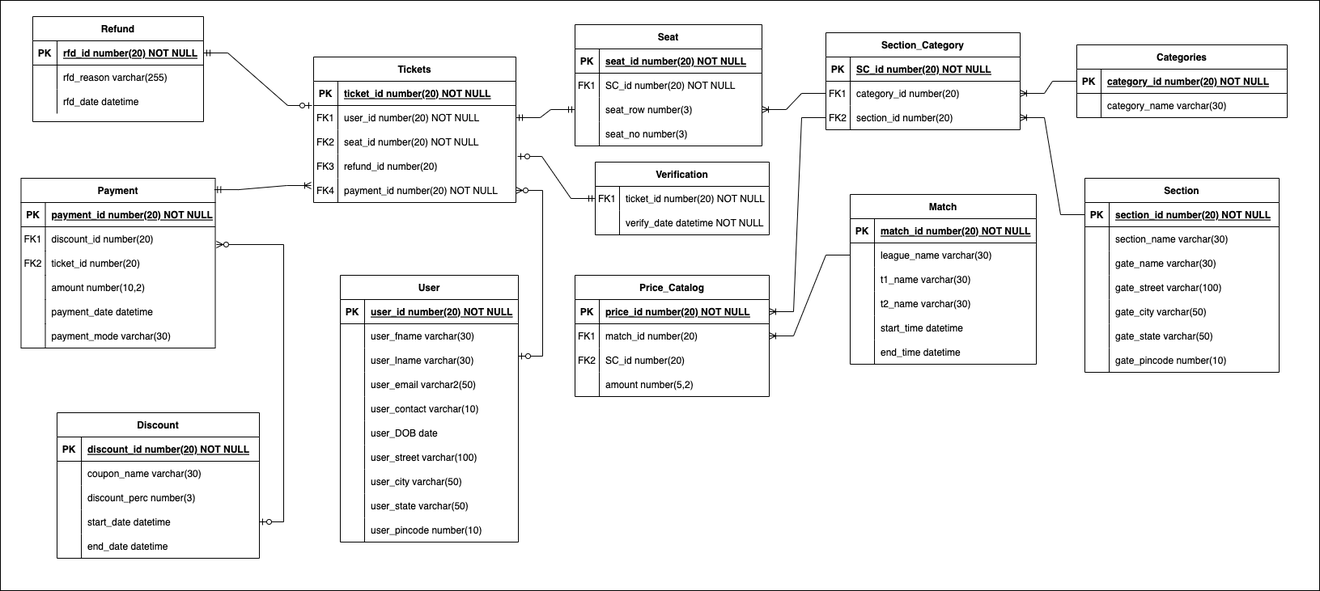
Before: #Documents/ERD-V2.png, a diagram exported from draw.io (anishnavale/stadium-management-system). Source tidied: cells renumbered, new cells last; positions are measured from the earlier drawing's top-left corner, leaving out a move shared by most shapes.
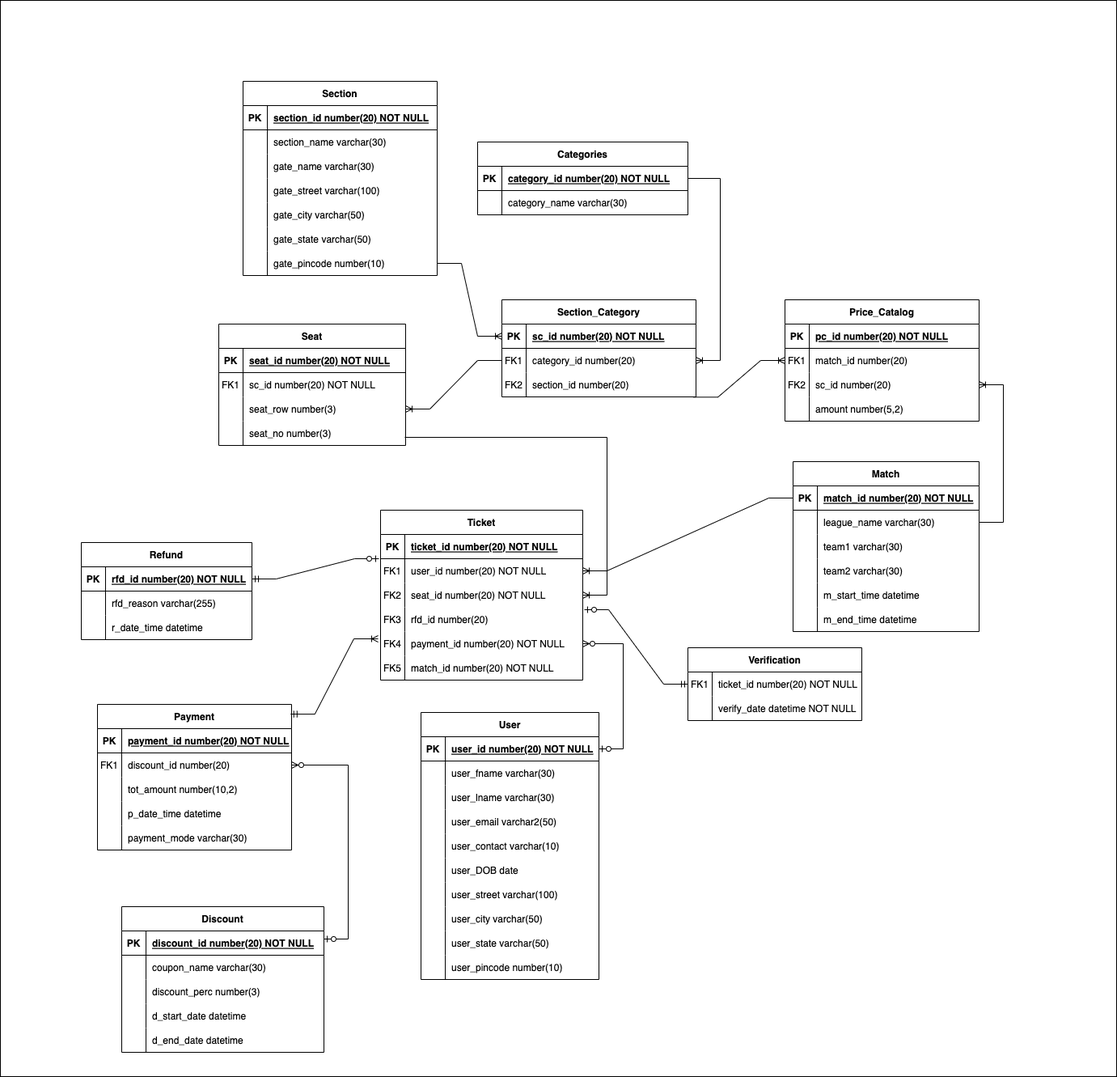
Later version of the same file.

Change to the diagram source:
```diff
@@ -4,7 +4,7 @@
     <mxCell id="1" parent="0" />
-    <mxCell id="2" style="rounded=0;whiteSpace=wrap;html=1;" parent="1" vertex="1">
-      <mxGeometry width="1630" height="730" as="geometry" />
-    </mxCell>
+    <mxCell id="197" style="rounded=0;whiteSpace=wrap;html=1;" parent="1" vertex="1">
+      <mxGeometry x="520" y="-400" width="1380" height="1330" as="geometry" />
+    </mxCell>
-    <mxCell id="3" value="Tickets" style="shape=table;startSize=30;rowLines=0;fontStyle=1;align=center;" parent="1" vertex="1">
-      <mxGeometry x="387" y="70" width="250" height="180" as="geometry" />
+    <mxCell id="3" value="Ticket" style="shape=table;startSize=30;rowLines=0;fontStyle=1;align=center;" parent="1" vertex="1">
+      <mxGeometry x="990" y="230" width="250" height="210" as="geometry" />
     </mxCell>
@@ -43,3 +43,3 @@
     </mxCell>
-    <mxCell id="15" value="refund_id number(20)" style="shape=partialRectangle;overflow=hidden;fillColor=none;top=0;left=0;bottom=0;right=0;align=left;spacingLeft=6;" parent="13" vertex="1">
+    <mxCell id="15" value="rfd_id number(20)" style="shape=partialRectangle;overflow=hidden;fillColor=none;top=0;left=0;bottom=0;right=0;align=left;spacingLeft=6;" parent="13" vertex="1">
       <mxGeometry x="30" width="220" height="30" as="geometry" />
@@ -55,4 +55,13 @@
     </mxCell>
+    <mxCell id="198" style="shape=partialRectangle;fillColor=none;top=0;left=0;right=0;bottom=0;" parent="3" vertex="1">
+      <mxGeometry y="180" width="250" height="30" as="geometry" />
+    </mxCell>
+    <mxCell id="199" value="FK5" style="shape=partialRectangle;overflow=hidden;fillColor=none;top=0;left=0;bottom=0;right=0;" parent="198" vertex="1">
+      <mxGeometry width="30" height="30" as="geometry" />
+    </mxCell>
+    <mxCell id="200" value="match_id number(20) NOT NULL" style="shape=partialRectangle;overflow=hidden;fillColor=none;top=0;left=0;bottom=0;right=0;align=left;spacingLeft=6;" parent="198" vertex="1">
+      <mxGeometry x="30" width="220" height="30" as="geometry" />
+    </mxCell>
     <mxCell id="19" value="Verification" style="shape=table;startSize=30;rowLines=0;fontStyle=1;align=center;" parent="1" vertex="1">
-      <mxGeometry x="735" y="200" width="215" height="90" as="geometry" />
+      <mxGeometry x="1370" y="400" width="215" height="90" as="geometry" />
     </mxCell>
@@ -77,3 +86,3 @@
     <mxCell id="26" value="Refund" style="shape=table;startSize=30;rowLines=0;fontStyle=1;align=center;" parent="1" vertex="1">
-      <mxGeometry x="40" y="20" width="211" height="130" as="geometry" />
+      <mxGeometry x="620" y="270" width="211" height="120" as="geometry" />
     </mxCell>
@@ -103,3 +112,3 @@
     </mxCell>
-    <mxCell id="35" value="rfd_date datetime " style="shape=partialRectangle;overflow=hidden;fillColor=none;top=0;left=0;bottom=0;right=0;align=left;spacingLeft=6;" parent="33" vertex="1">
+    <mxCell id="35" value="r_date_time datetime " style="shape=partialRectangle;overflow=hidden;fillColor=none;top=0;left=0;bottom=0;right=0;align=left;spacingLeft=6;" parent="33" vertex="1">
       <mxGeometry x="30" width="181" height="30" as="geometry" />
@@ -110,3 +119,3 @@
     <mxCell id="37" value="Seat" style="shape=table;startSize=30;rowLines=0;fontStyle=1;align=center;" parent="1" vertex="1">
-      <mxGeometry x="710" y="30" width="231" height="150" as="geometry" />
+      <mxGeometry x="790" width="231" height="150" as="geometry" />
     </mxCell>
@@ -127,3 +136,3 @@
     </mxCell>
-    <mxCell id="43" value="SC_id number(20) NOT NULL" style="shape=partialRectangle;fillColor=none;top=0;left=0;bottom=0;right=0;align=left;spacingLeft=6;overflow=hidden;" parent="41" vertex="1">
+    <mxCell id="43" value="sc_id number(20) NOT NULL" style="shape=partialRectangle;fillColor=none;top=0;left=0;bottom=0;right=0;align=left;spacingLeft=6;overflow=hidden;" parent="41" vertex="1">
       <mxGeometry x="30" width="201" height="30" as="geometry" />
@@ -148,7 +157,4 @@
     </mxCell>
-    <mxCell id="50" style="edgeStyle=entityRelationEdgeStyle;fontSize=12;html=1;endArrow=ERmandOne;startArrow=ERmandOne;rounded=0;exitX=1;exitY=0.5;exitDx=0;exitDy=0;entryX=0;entryY=0.5;entryDx=0;entryDy=0;" parent="1" edge="1" source="7" target="44">
-      <mxGeometry relative="1" as="geometry" />
-    </mxCell>
     <mxCell id="51" value="Section" style="shape=table;startSize=30;rowLines=0;fontStyle=1;align=center;" parent="1" vertex="1">
-      <mxGeometry x="1340" y="220" width="240" height="240" as="geometry" />
+      <mxGeometry x="820" y="-300" width="240" height="240" as="geometry" />
     </mxCell>
@@ -221,3 +227,3 @@
     <mxCell id="74" value="Payment" style="shape=table;startSize=30;rowLines=0;fontStyle=1;align=center;" parent="1" vertex="1">
-      <mxGeometry x="25.5" y="220" width="240" height="210" as="geometry" />
+      <mxGeometry x="640" y="470" width="240" height="180" as="geometry" />
     </mxCell>
@@ -241,13 +247,4 @@
     </mxCell>
-    <mxCell id="81" style="shape=tableRow;horizontal=0;startSize=0;swimlaneHead=0;swimlaneBody=0;fillColor=none;top=0;left=0;right=0;bottom=0;" parent="74" vertex="1">
-      <mxGeometry y="90" width="240" height="30" as="geometry" />
-    </mxCell>
-    <mxCell id="82" value="FK2" style="shape=partialRectangle;fillColor=none;top=0;left=0;bottom=0;right=0;overflow=hidden;" parent="81" vertex="1">
-      <mxGeometry width="30" height="30" as="geometry" />
-    </mxCell>
-    <mxCell id="83" value="ticket_id number(20)" style="shape=partialRectangle;fillColor=none;top=0;left=0;bottom=0;right=0;align=left;spacingLeft=6;overflow=hidden;" parent="81" vertex="1">
-      <mxGeometry x="30" width="210" height="30" as="geometry" />
-    </mxCell>
     <mxCell id="84" style="shape=tableRow;horizontal=0;startSize=0;swimlaneHead=0;swimlaneBody=0;fillColor=none;top=0;left=0;right=0;bottom=0;" parent="74" vertex="1">
-      <mxGeometry y="120" width="240" height="30" as="geometry" />
+      <mxGeometry y="90" width="240" height="30" as="geometry" />
     </mxCell>
@@ -256,3 +253,3 @@
     </mxCell>
-    <mxCell id="86" value="amount number(10,2)" style="shape=partialRectangle;fillColor=none;top=0;left=0;bottom=0;right=0;align=left;spacingLeft=6;overflow=hidden;" parent="84" vertex="1">
+    <mxCell id="86" value="tot_amount number(10,2)" style="shape=partialRectangle;fillColor=none;top=0;left=0;bottom=0;right=0;align=left;spacingLeft=6;overflow=hidden;" parent="84" vertex="1">
       <mxGeometry x="30" width="210" height="30" as="geometry" />
@@ -260,3 +257,3 @@
     <mxCell id="87" style="shape=tableRow;horizontal=0;startSize=0;swimlaneHead=0;swimlaneBody=0;fillColor=none;top=0;left=0;right=0;bottom=0;" parent="74" vertex="1">
-      <mxGeometry y="150" width="240" height="30" as="geometry" />
+      <mxGeometry y="120" width="240" height="30" as="geometry" />
     </mxCell>
@@ -265,3 +262,3 @@
     </mxCell>
-    <mxCell id="89" value="payment_date datetime" style="shape=partialRectangle;fillColor=none;top=0;left=0;bottom=0;right=0;align=left;spacingLeft=6;overflow=hidden;" parent="87" vertex="1">
+    <mxCell id="89" value="p_date_time datetime" style="shape=partialRectangle;fillColor=none;top=0;left=0;bottom=0;right=0;align=left;spacingLeft=6;overflow=hidden;" parent="87" vertex="1">
       <mxGeometry x="30" width="210" height="30" as="geometry" />
@@ -269,3 +266,3 @@
     <mxCell id="90" style="shape=tableRow;horizontal=0;startSize=0;swimlaneHead=0;swimlaneBody=0;fillColor=none;top=0;left=0;right=0;bottom=0;" parent="74" vertex="1">
-      <mxGeometry y="180" width="240" height="30" as="geometry" />
+      <mxGeometry y="150" width="240" height="30" as="geometry" />
     </mxCell>
@@ -278,3 +275,3 @@
     <mxCell id="93" value="User" style="shape=table;startSize=30;rowLines=0;fontStyle=1;align=center;" parent="1" vertex="1">
-      <mxGeometry x="420" y="340" width="220" height="330" as="geometry" />
+      <mxGeometry x="1040" y="480" width="220" height="330" as="geometry" />
     </mxCell>
@@ -370,9 +367,7 @@
     </mxCell>
-    <mxCell id="124" style="edgeStyle=entityRelationEdgeStyle;fontSize=12;html=1;endArrow=ERzeroToMany;startArrow=ERzeroToOne;rounded=0;entryX=1;entryY=0.5;entryDx=0;entryDy=0;" parent="1" edge="1" target="16">
-      <mxGeometry relative="1" as="geometry">
-        <mxPoint x="640" y="440" as="sourcePoint" />
-      </mxGeometry>
+    <mxCell id="124" style="edgeStyle=entityRelationEdgeStyle;fontSize=12;html=1;endArrow=ERzeroToMany;startArrow=ERzeroToOne;rounded=0;entryX=1;entryY=0.5;entryDx=0;entryDy=0;" parent="1" edge="1" source="94" target="16">
+      <mxGeometry relative="1" as="geometry" />
     </mxCell>
     <mxCell id="125" value="Discount" style="shape=table;startSize=30;rowLines=0;fontStyle=1;align=center;" parent="1" vertex="1">
-      <mxGeometry x="70" y="510" width="250" height="180" as="geometry" />
+      <mxGeometry x="670" y="720" width="250" height="180" as="geometry" />
     </mxCell>
@@ -411,3 +406,3 @@
     </mxCell>
-    <mxCell id="137" value="start_date datetime" style="shape=partialRectangle;fillColor=none;top=0;left=0;bottom=0;right=0;align=left;spacingLeft=6;overflow=hidden;" parent="135" vertex="1">
+    <mxCell id="137" value="d_start_date datetime" style="shape=partialRectangle;fillColor=none;top=0;left=0;bottom=0;right=0;align=left;spacingLeft=6;overflow=hidden;" parent="135" vertex="1">
       <mxGeometry x="30" width="220" height="30" as="geometry" />
@@ -420,7 +415,9 @@
     </mxCell>
-    <mxCell id="140" value="end_date datetime" style="shape=partialRectangle;fillColor=none;top=0;left=0;bottom=0;right=0;align=left;spacingLeft=6;overflow=hidden;" parent="138" vertex="1">
+    <mxCell id="140" value="d_end_date datetime" style="shape=partialRectangle;fillColor=none;top=0;left=0;bottom=0;right=0;align=left;spacingLeft=6;overflow=hidden;" parent="138" vertex="1">
       <mxGeometry x="30" width="220" height="30" as="geometry" />
     </mxCell>
-    <mxCell id="141" style="edgeStyle=entityRelationEdgeStyle;fontSize=12;html=1;endArrow=ERzeroToMany;startArrow=ERzeroToOne;rounded=0;entryX=1.006;entryY=0.733;entryDx=0;entryDy=0;entryPerimeter=0;" parent="1" edge="1" source="135" target="78">
-      <mxGeometry relative="1" as="geometry" />
+    <mxCell id="141" style="edgeStyle=entityRelationEdgeStyle;fontSize=12;html=1;endArrow=ERzeroToMany;startArrow=ERzeroToOne;rounded=0;entryX=1;entryY=0.5;entryDx=0;entryDy=0;" parent="1" edge="1" target="78">
+      <mxGeometry relative="1" as="geometry">
+        <mxPoint x="920" y="760" as="sourcePoint" />
+      </mxGeometry>
     </mxCell>
@@ -430,3 +427,3 @@
     <mxCell id="143" value="Categories" style="shape=table;startSize=30;rowLines=0;fontStyle=1;align=center;" parent="1" vertex="1">
-      <mxGeometry x="1330" y="55" width="260" height="90" as="geometry" />
+      <mxGeometry x="1110" y="-225" width="260" height="90" as="geometry" />
     </mxCell>
@@ -451,3 +448,3 @@
     <mxCell id="150" value="Section_Category" style="shape=table;startSize=30;rowLines=0;fontStyle=1;align=center;" parent="1" vertex="1">
-      <mxGeometry x="1020" y="40" width="240" height="120" as="geometry" />
+      <mxGeometry x="1140" y="-30" width="240" height="120" as="geometry" />
     </mxCell>
@@ -459,3 +456,3 @@
     </mxCell>
-    <mxCell id="153" value="SC_id number(20) NOT NULL" style="shape=partialRectangle;fillColor=none;top=0;left=0;bottom=0;right=0;align=left;spacingLeft=6;fontStyle=5;overflow=hidden;" parent="151" vertex="1">
+    <mxCell id="153" value="sc_id number(20) NOT NULL" style="shape=partialRectangle;fillColor=none;top=0;left=0;bottom=0;right=0;align=left;spacingLeft=6;fontStyle=5;overflow=hidden;" parent="151" vertex="1">
       <mxGeometry x="30" width="210" height="30" as="geometry" />
@@ -481,3 +478,3 @@
     <mxCell id="160" value="Price_Catalog" style="shape=table;startSize=30;rowLines=0;fontStyle=1;align=center;" parent="1" vertex="1">
-      <mxGeometry x="710" y="340" width="240" height="150" as="geometry" />
+      <mxGeometry x="1490" y="-30" width="240" height="150" as="geometry" />
     </mxCell>
@@ -489,3 +486,3 @@
     </mxCell>
-    <mxCell id="163" value="price_id number(20) NOT NULL" style="shape=partialRectangle;fillColor=none;top=0;left=0;bottom=0;right=0;align=left;spacingLeft=6;fontStyle=5;overflow=hidden;" parent="161" vertex="1">
+    <mxCell id="163" value="pc_id number(20) NOT NULL" style="shape=partialRectangle;fillColor=none;top=0;left=0;bottom=0;right=0;align=left;spacingLeft=6;fontStyle=5;overflow=hidden;" parent="161" vertex="1">
       <mxGeometry x="30" width="210" height="30" as="geometry" />
@@ -507,3 +504,3 @@
     </mxCell>
-    <mxCell id="169" value="SC_id number(20)" style="shape=partialRectangle;fillColor=none;top=0;left=0;bottom=0;right=0;align=left;spacingLeft=6;overflow=hidden;" parent="167" vertex="1">
+    <mxCell id="169" value="sc_id number(20)" style="shape=partialRectangle;fillColor=none;top=0;left=0;bottom=0;right=0;align=left;spacingLeft=6;overflow=hidden;" parent="167" vertex="1">
       <mxGeometry x="30" width="210" height="30" as="geometry" />
@@ -520,3 +517,3 @@
     <mxCell id="173" value="Match" style="shape=table;startSize=30;rowLines=0;fontStyle=1;align=center;" parent="1" vertex="1">
-      <mxGeometry x="1050" y="240" width="230" height="210" as="geometry" />
+      <mxGeometry x="1500" y="170" width="230" height="210" as="geometry" />
     </mxCell>
@@ -546,3 +543,3 @@
     </mxCell>
-    <mxCell id="182" value="t1_name varchar(30)" style="shape=partialRectangle;fillColor=none;top=0;left=0;bottom=0;right=0;align=left;spacingLeft=6;overflow=hidden;" parent="180" vertex="1">
+    <mxCell id="182" value="team1 varchar(30)" style="shape=partialRectangle;fillColor=none;top=0;left=0;bottom=0;right=0;align=left;spacingLeft=6;overflow=hidden;" parent="180" vertex="1">
       <mxGeometry x="30" width="200" height="30" as="geometry" />
@@ -555,3 +552,3 @@
     </mxCell>
-    <mxCell id="185" value="t2_name varchar(30)" style="shape=partialRectangle;fillColor=none;top=0;left=0;bottom=0;right=0;align=left;spacingLeft=6;overflow=hidden;" parent="183" vertex="1">
+    <mxCell id="185" value="team2 varchar(30)" style="shape=partialRectangle;fillColor=none;top=0;left=0;bottom=0;right=0;align=left;spacingLeft=6;overflow=hidden;" parent="183" vertex="1">
       <mxGeometry x="30" width="200" height="30" as="geometry" />
@@ -564,3 +561,3 @@
     </mxCell>
-    <mxCell id="188" value="start_time datetime" style="shape=partialRectangle;fillColor=none;top=0;left=0;bottom=0;right=0;align=left;spacingLeft=6;overflow=hidden;" parent="186" vertex="1">
+    <mxCell id="188" value="m_start_time datetime" style="shape=partialRectangle;fillColor=none;top=0;left=0;bottom=0;right=0;align=left;spacingLeft=6;overflow=hidden;" parent="186" vertex="1">
       <mxGeometry x="30" width="200" height="30" as="geometry" />
@@ -573,9 +570,6 @@
     </mxCell>
-    <mxCell id="191" value="end_time datetime" style="shape=partialRectangle;fillColor=none;top=0;left=0;bottom=0;right=0;align=left;spacingLeft=6;overflow=hidden;" parent="189" vertex="1">
+    <mxCell id="191" value="m_end_time datetime" style="shape=partialRectangle;fillColor=none;top=0;left=0;bottom=0;right=0;align=left;spacingLeft=6;overflow=hidden;" parent="189" vertex="1">
       <mxGeometry x="30" width="200" height="30" as="geometry" />
     </mxCell>
-    <mxCell id="192" style="edgeStyle=entityRelationEdgeStyle;fontSize=12;html=1;endArrow=ERoneToMany;rounded=0;exitX=0;exitY=0.5;exitDx=0;exitDy=0;entryX=1;entryY=0.5;entryDx=0;entryDy=0;" parent="1" edge="1" source="157" target="161">
-      <mxGeometry relative="1" as="geometry" />
-    </mxCell>
-    <mxCell id="193" style="edgeStyle=entityRelationEdgeStyle;fontSize=12;html=1;endArrow=ERoneToMany;rounded=0;exitX=0;exitY=0.5;exitDx=0;exitDy=0;entryX=1;entryY=0.5;entryDx=0;entryDy=0;" parent="1" edge="1" source="177" target="164">
+    <mxCell id="193" style="edgeStyle=entityRelationEdgeStyle;fontSize=12;html=1;endArrow=ERoneToMany;rounded=0;exitX=1;exitY=0.5;exitDx=0;exitDy=0;entryX=1;entryY=0.5;entryDx=0;entryDy=0;" parent="1" edge="1" source="177" target="167">
       <mxGeometry relative="1" as="geometry" />
@@ -585,8 +579,19 @@
     </mxCell>
-    <mxCell id="195" style="edgeStyle=entityRelationEdgeStyle;fontSize=12;html=1;endArrow=ERoneToMany;rounded=0;exitX=0;exitY=0.5;exitDx=0;exitDy=0;" parent="1" edge="1" source="144" target="154">
+    <mxCell id="195" style="edgeStyle=entityRelationEdgeStyle;fontSize=12;html=1;endArrow=ERoneToMany;rounded=0;exitX=1;exitY=0.5;exitDx=0;exitDy=0;" parent="1" edge="1" source="144" target="154">
       <mxGeometry relative="1" as="geometry" />
     </mxCell>
-    <mxCell id="196" style="edgeStyle=entityRelationEdgeStyle;fontSize=12;html=1;endArrow=ERoneToMany;rounded=0;exitX=0;exitY=0.5;exitDx=0;exitDy=0;entryX=1;entryY=0.5;entryDx=0;entryDy=0;" parent="1" edge="1" source="52" target="157">
+    <mxCell id="196" style="edgeStyle=entityRelationEdgeStyle;fontSize=12;html=1;endArrow=ERoneToMany;rounded=0;exitX=1;exitY=0.5;exitDx=0;exitDy=0;entryX=0;entryY=0.5;entryDx=0;entryDy=0;" parent="1" edge="1" source="70" target="151">
       <mxGeometry relative="1" as="geometry" />
     </mxCell>
+    <mxCell id="201" style="edgeStyle=entityRelationEdgeStyle;fontSize=12;html=1;endArrow=ERoneToMany;rounded=0;exitX=0.988;exitY=1.011;exitDx=0;exitDy=0;entryX=0;entryY=0.5;entryDx=0;entryDy=0;exitPerimeter=0;" parent="1" edge="1" source="157" target="164">
+      <mxGeometry relative="1" as="geometry" />
+    </mxCell>
+    <mxCell id="202" style="edgeStyle=entityRelationEdgeStyle;fontSize=12;html=1;endArrow=ERoneToMany;rounded=0;entryX=1;entryY=0.5;entryDx=0;entryDy=0;exitX=0;exitY=0.5;exitDx=0;exitDy=0;" parent="1" edge="1" source="174" target="7">
+      <mxGeometry relative="1" as="geometry" />
+    </mxCell>
+    <mxCell id="203" style="edgeStyle=entityRelationEdgeStyle;fontSize=12;html=1;endArrow=ERoneToMany;rounded=0;" parent="1" edge="1" target="3">
+      <mxGeometry relative="1" as="geometry">
+        <mxPoint x="1020" y="140" as="sourcePoint" />
+      </mxGeometry>
+    </mxCell>
   </root>
```
